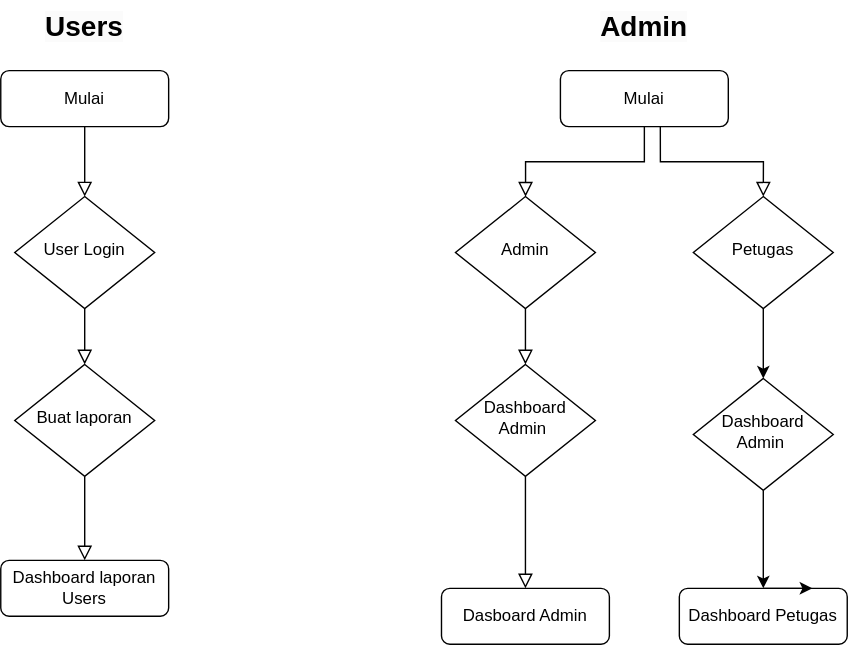
Above: Pengaduan Masyarakat.drawio.svg in fajarys/pengaduan_masyarakat (draw.io), before the change. Source tidied: cells renumbered, new cells last; positions are measured from the earlier drawing's top-left corner, leaving out a move shared by most shapes.
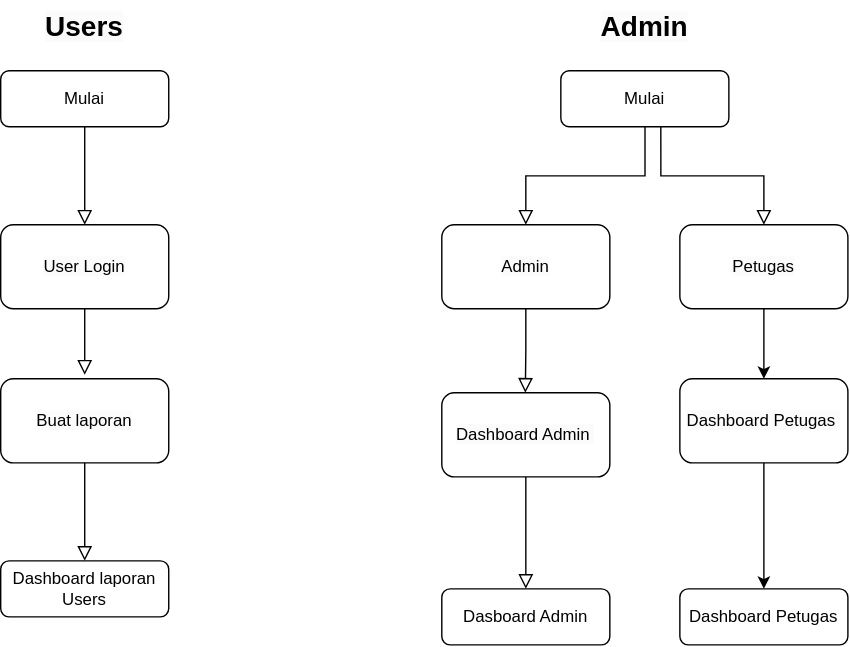
After the change.

What changed in the source:
```diff
@@ -2,76 +2,80 @@
   <root>
     <mxCell id="0" />
     <mxCell id="1" parent="0" />
-    <mxCell id="2" style="rounded=0;html=1;jettySize=auto;fontSize=11;endArrow=block;endFill=0;endSize=8;strokeWidth=1;shadow=0;labelBackgroundColor=none;edgeStyle=orthogonalEdgeStyle;" parent="1" edge="1" source="3" target="5">
-      <mxGeometry relative="1" as="geometry" />
-    </mxCell>
     <mxCell id="3" value="Mulai" style="rounded=1;whiteSpace=wrap;html=1;fontSize=12;glass=0;strokeWidth=1;shadow=0;" parent="1" vertex="1">
       <mxGeometry y="50" width="120" height="40" as="geometry" />
     </mxCell>
-    <mxCell id="4" style="rounded=0;html=1;jettySize=auto;fontSize=11;endArrow=block;endFill=0;endSize=8;strokeWidth=1;shadow=0;labelBackgroundColor=none;edgeStyle=orthogonalEdgeStyle;" parent="1" edge="1" source="5" target="7">
-      <mxGeometry y="20" relative="1" as="geometry" />
+    <mxCell id="4" style="rounded=0;html=1;jettySize=auto;fontSize=11;endArrow=block;endFill=0;endSize=8;strokeWidth=1;shadow=0;labelBackgroundColor=none;edgeStyle=orthogonalEdgeStyle;entryX=0.5;entryY=-0.048;entryDx=0;entryDy=0;entryPerimeter=0;" parent="1" edge="1" target="7">
+      <mxGeometry y="20" relative="1" as="geometry">
+        <mxPoint x="60" y="220" as="sourcePoint" />
+      </mxGeometry>
     </mxCell>
-    <mxCell id="5" value="User Login" style="rhombus;whiteSpace=wrap;html=1;shadow=0;fontFamily=Helvetica;fontSize=12;align=center;strokeWidth=1;spacing=6;spacingTop=-4;" parent="1" vertex="1">
-      <mxGeometry x="10" y="140" width="100" height="80" as="geometry" />
-    </mxCell>
-    <mxCell id="6" style="edgeStyle=orthogonalEdgeStyle;rounded=0;html=1;jettySize=auto;fontSize=11;endArrow=block;endFill=0;endSize=8;strokeWidth=1;shadow=0;labelBackgroundColor=none;" parent="1" edge="1" source="7" target="8">
+    <mxCell id="6" style="edgeStyle=orthogonalEdgeStyle;rounded=0;html=1;jettySize=auto;fontSize=11;endArrow=block;endFill=0;endSize=8;strokeWidth=1;shadow=0;labelBackgroundColor=none;exitX=0.5;exitY=1;exitDx=0;exitDy=0;" parent="1" edge="1" source="7" target="8">
       <mxGeometry y="10" relative="1" as="geometry" />
     </mxCell>
-    <mxCell id="7" value="Buat laporan" style="rhombus;whiteSpace=wrap;html=1;shadow=0;fontFamily=Helvetica;fontSize=12;align=center;strokeWidth=1;spacing=6;spacingTop=-4;verticalAlign=middle;" parent="1" vertex="1">
-      <mxGeometry x="10" y="260" width="100" height="80" as="geometry" />
-    </mxCell>
     <mxCell id="8" value="Dashboard laporan Users" style="rounded=1;whiteSpace=wrap;html=1;fontSize=12;glass=0;strokeWidth=1;shadow=0;" parent="1" vertex="1">
       <mxGeometry y="400" width="120" height="40" as="geometry" />
     </mxCell>
     <mxCell id="9" value="&lt;span style=&quot;color: rgb(0, 0, 0); font-family: Helvetica; font-size: 20px; font-style: normal; font-variant-ligatures: normal; font-variant-caps: normal; letter-spacing: normal; orphans: 2; text-indent: 0px; text-transform: none; widows: 2; word-spacing: 0px; -webkit-text-stroke-width: 0px; background-color: rgb(251, 251, 251); text-decoration-thickness: initial; text-decoration-style: initial; text-decoration-color: initial; float: none; display: inline !important;&quot;&gt;Users&lt;/span&gt;" style="text;whiteSpace=wrap;html=1;fontSize=20;align=center;fontStyle=1;" parent="1" vertex="1">
       <mxGeometry x="25" width="70" height="30" as="geometry" />
     </mxCell>
-    <mxCell id="10" style="rounded=0;html=1;jettySize=auto;fontSize=11;endArrow=block;endFill=0;endSize=8;strokeWidth=1;shadow=0;labelBackgroundColor=none;edgeStyle=orthogonalEdgeStyle;" parent="1" edge="1" source="11" target="13">
+    <mxCell id="10" style="rounded=0;html=1;jettySize=auto;fontSize=11;endArrow=block;endFill=0;endSize=8;strokeWidth=1;shadow=0;labelBackgroundColor=none;edgeStyle=orthogonalEdgeStyle;entryX=0.5;entryY=0;entryDx=0;entryDy=0;" parent="1" edge="1" source="11" target="13">
       <mxGeometry relative="1" as="geometry" />
     </mxCell>
     <mxCell id="11" value="Mulai" style="rounded=1;whiteSpace=wrap;html=1;fontSize=12;glass=0;strokeWidth=1;shadow=0;" parent="1" vertex="1">
       <mxGeometry x="400" y="50" width="120" height="40" as="geometry" />
     </mxCell>
-    <mxCell id="12" style="rounded=0;html=1;jettySize=auto;fontSize=11;endArrow=block;endFill=0;endSize=8;strokeWidth=1;shadow=0;labelBackgroundColor=none;edgeStyle=orthogonalEdgeStyle;" parent="1" edge="1" source="13" target="14">
-      <mxGeometry y="20" relative="1" as="geometry" />
+    <mxCell id="12" style="rounded=0;html=1;jettySize=auto;fontSize=11;endArrow=block;endFill=0;endSize=8;strokeWidth=1;shadow=0;labelBackgroundColor=none;edgeStyle=orthogonalEdgeStyle;exitX=0.5;exitY=1;exitDx=0;exitDy=0;" parent="1" edge="1" source="13">
+      <mxGeometry y="20" relative="1" as="geometry">
+        <mxPoint x="374.7" y="280" as="targetPoint" />
+      </mxGeometry>
     </mxCell>
-    <mxCell id="13" value="Admin" style="rhombus;whiteSpace=wrap;html=1;shadow=0;fontFamily=Helvetica;fontSize=12;align=center;strokeWidth=1;spacing=6;spacingTop=-4;" parent="1" vertex="1">
-      <mxGeometry x="325" y="140" width="100" height="80" as="geometry" />
-    </mxCell>
-    <mxCell id="14" value="Dashboard Admin&amp;nbsp;" style="rhombus;whiteSpace=wrap;html=1;shadow=0;fontFamily=Helvetica;fontSize=12;align=center;strokeWidth=1;spacing=6;spacingTop=-4;verticalAlign=middle;" parent="1" vertex="1">
-      <mxGeometry x="325" y="260" width="100" height="80" as="geometry" />
-    </mxCell>
     <mxCell id="15" value="&lt;span style=&quot;color: rgb(0, 0, 0); font-family: Helvetica; font-size: 20px; font-style: normal; font-variant-ligatures: normal; font-variant-caps: normal; letter-spacing: normal; orphans: 2; text-indent: 0px; text-transform: none; widows: 2; word-spacing: 0px; -webkit-text-stroke-width: 0px; background-color: rgb(251, 251, 251); text-decoration-thickness: initial; text-decoration-style: initial; text-decoration-color: initial; float: none; display: inline !important;&quot;&gt;Admin&lt;/span&gt;" style="text;whiteSpace=wrap;html=1;fontSize=20;align=center;fontStyle=1;" parent="1" vertex="1">
       <mxGeometry x="425" width="70" height="30" as="geometry" />
     </mxCell>
     <mxCell id="16" value="Dasboard Admin" style="rounded=1;whiteSpace=wrap;html=1;fontSize=12;glass=0;strokeWidth=1;shadow=0;" parent="1" vertex="1">
       <mxGeometry x="315" y="420" width="120" height="40" as="geometry" />
     </mxCell>
-    <mxCell id="17" style="edgeStyle=orthogonalEdgeStyle;rounded=0;html=1;jettySize=auto;fontSize=11;endArrow=block;endFill=0;endSize=8;strokeWidth=1;shadow=0;labelBackgroundColor=none;exitX=0.5;exitY=1;exitDx=0;exitDy=0;entryX=0.5;entryY=0;entryDx=0;entryDy=0;" parent="1" edge="1" source="14" target="16">
-      <mxGeometry y="10" relative="1" as="geometry" />
+    <mxCell id="17" style="edgeStyle=orthogonalEdgeStyle;rounded=0;html=1;jettySize=auto;fontSize=11;endArrow=block;endFill=0;endSize=8;strokeWidth=1;shadow=0;labelBackgroundColor=none;exitX=0.5;exitY=1;exitDx=0;exitDy=0;entryX=0.5;entryY=0;entryDx=0;entryDy=0;" parent="1" edge="1" target="16">
+      <mxGeometry y="10" relative="1" as="geometry">
+        <mxPoint x="375" y="340" as="sourcePoint" />
+      </mxGeometry>
     </mxCell>
     <mxCell id="18" value="Dashboard Petugas" style="rounded=1;whiteSpace=wrap;html=1;fontSize=12;glass=0;strokeWidth=1;shadow=0;" parent="1" vertex="1">
       <mxGeometry x="485" y="420" width="120" height="40" as="geometry" />
     </mxCell>
-    <mxCell id="19" style="edgeStyle=orthogonalEdgeStyle;rounded=0;jettySize=auto;html=1;" parent="1" edge="1" source="20" target="22">
-      <mxGeometry relative="1" as="geometry" />
+    <mxCell id="19" style="edgeStyle=orthogonalEdgeStyle;rounded=0;orthogonalLoop=1;jettySize=auto;html=1;" parent="1" edge="1">
+      <mxGeometry relative="1" as="geometry">
+        <mxPoint x="545" y="220" as="sourcePoint" />
+        <mxPoint x="545" y="270" as="targetPoint" />
+      </mxGeometry>
     </mxCell>
+    <mxCell id="21" style="rounded=0;html=1;jettySize=auto;fontSize=11;endArrow=block;endFill=0;endSize=8;strokeWidth=1;shadow=0;labelBackgroundColor=none;edgeStyle=orthogonalEdgeStyle;entryX=0.5;entryY=0;entryDx=0;entryDy=0;exitX=0.595;exitY=0.989;exitDx=0;exitDy=0;exitPerimeter=0;" parent="1" edge="1" source="11" target="20">
+      <mxGeometry relative="1" as="geometry" />
+    </mxCell>
+    <mxCell id="24" style="edgeStyle=orthogonalEdgeStyle;rounded=0;jettySize=auto;html=1;entryX=0.5;entryY=0;entryDx=0;entryDy=0;exitX=0.5;exitY=1;exitDx=0;exitDy=0;" parent="1" edge="1" source="25" target="18">
+      <mxGeometry relative="1" as="geometry" />
+    </mxCell>
+    <mxCell id="25" value="&lt;span style=&quot;color: rgb(0, 0, 0); font-family: Helvetica; font-size: 12px; font-style: normal; font-variant-ligatures: normal; font-variant-caps: normal; font-weight: 400; letter-spacing: normal; orphans: 2; text-align: center; text-indent: 0px; text-transform: none; widows: 2; word-spacing: 0px; -webkit-text-stroke-width: 0px; background-color: rgb(251, 251, 251); text-decoration-thickness: initial; text-decoration-style: initial; text-decoration-color: initial; float: none; display: inline !important;&quot;&gt;Dashboard Petugas&amp;nbsp;&lt;/span&gt;" style="rounded=1;whiteSpace=wrap;html=1;shadow=0;strokeColor=default;strokeWidth=1;fontFamily=Helvetica;fontSize=12;fontColor=default;fillColor=default;" parent="1" vertex="1">
+      <mxGeometry x="485" y="270" width="120" height="60" as="geometry" />
+    </mxCell>
-    <mxCell id="20" value="Petugas" style="rhombus;whiteSpace=wrap;html=1;shadow=0;fontFamily=Helvetica;fontSize=12;align=center;strokeWidth=1;spacing=6;spacingTop=-4;" parent="1" vertex="1">
-      <mxGeometry x="495" y="140" width="100" height="80" as="geometry" />
+    <mxCell id="20" value="&lt;span style=&quot;color: rgb(0, 0, 0); font-family: Helvetica; font-size: 12px; font-style: normal; font-variant-ligatures: normal; font-variant-caps: normal; font-weight: 400; letter-spacing: normal; orphans: 2; text-align: center; text-indent: 0px; text-transform: none; widows: 2; word-spacing: 0px; -webkit-text-stroke-width: 0px; background-color: rgb(251, 251, 251); text-decoration-thickness: initial; text-decoration-style: initial; text-decoration-color: initial; float: none; display: inline !important;&quot;&gt;Petugas&lt;/span&gt;" style="rounded=1;whiteSpace=wrap;html=1;shadow=0;strokeColor=default;strokeWidth=1;fontFamily=Helvetica;fontSize=12;fontColor=default;fillColor=default;" parent="1" vertex="1">
+      <mxGeometry x="485" y="160" width="120" height="60" as="geometry" />
     </mxCell>
-    <mxCell id="21" style="rounded=0;html=1;jettySize=auto;fontSize=11;endArrow=block;endFill=0;endSize=8;strokeWidth=1;shadow=0;labelBackgroundColor=none;edgeStyle=orthogonalEdgeStyle;entryX=0.5;entryY=0;entryDx=0;entryDy=0;exitX=0.595;exitY=0.989;exitDx=0;exitDy=0;exitPerimeter=0;" parent="1" edge="1" source="11" target="20">
-      <mxGeometry relative="1" as="geometry" />
-    </mxCell>
-    <mxCell id="22" value="Dashboard Admin&amp;nbsp;" style="rhombus;whiteSpace=wrap;html=1;shadow=0;fontFamily=Helvetica;fontSize=12;align=center;strokeWidth=1;spacing=6;spacingTop=-4;verticalAlign=middle;" parent="1" vertex="1">
-      <mxGeometry x="495" y="270" width="100" height="80" as="geometry" />
-    </mxCell>
-    <mxCell id="23" style="edgeStyle=orthogonalEdgeStyle;rounded=0;jettySize=auto;html=1;exitX=0.5;exitY=0;exitDx=0;exitDy=0;" parent="1" edge="1" source="18">
-      <mxGeometry relative="1" as="geometry">
-        <mxPoint x="580" y="420" as="targetPoint" />
-      </mxGeometry>
-    </mxCell>
-    <mxCell id="24" style="edgeStyle=orthogonalEdgeStyle;rounded=0;jettySize=auto;html=1;entryX=0.5;entryY=0;entryDx=0;entryDy=0;exitX=0.5;exitY=1;exitDx=0;exitDy=0;" parent="1" edge="1" source="22" target="18">
-      <mxGeometry relative="1" as="geometry" />
-    </mxCell>
+    <mxCell id="26" value="&lt;span style=&quot;color: rgb(0, 0, 0); font-family: Helvetica; font-size: 12px; font-style: normal; font-variant-ligatures: normal; font-variant-caps: normal; font-weight: 400; letter-spacing: normal; orphans: 2; text-align: center; text-indent: 0px; text-transform: none; widows: 2; word-spacing: 0px; -webkit-text-stroke-width: 0px; background-color: rgb(251, 251, 251); text-decoration-thickness: initial; text-decoration-style: initial; text-decoration-color: initial; float: none; display: inline !important;&quot;&gt;Dashboard Admin&amp;nbsp;&lt;/span&gt;" style="rounded=1;whiteSpace=wrap;html=1;shadow=0;strokeColor=default;strokeWidth=1;fontFamily=Helvetica;fontSize=12;fontColor=default;fillColor=default;" parent="1" vertex="1">
+      <mxGeometry x="315" y="280" width="120" height="60" as="geometry" />
+    </mxCell>
+    <mxCell id="13" value="&lt;span style=&quot;color: rgb(0, 0, 0); font-family: Helvetica; font-size: 12px; font-style: normal; font-variant-ligatures: normal; font-variant-caps: normal; font-weight: 400; letter-spacing: normal; orphans: 2; text-align: center; text-indent: 0px; text-transform: none; widows: 2; word-spacing: 0px; -webkit-text-stroke-width: 0px; background-color: rgb(251, 251, 251); text-decoration-thickness: initial; text-decoration-style: initial; text-decoration-color: initial; float: none; display: inline !important;&quot;&gt;Admin&lt;/span&gt;" style="rounded=1;whiteSpace=wrap;html=1;shadow=0;strokeColor=default;strokeWidth=1;fontFamily=Helvetica;fontSize=12;fontColor=default;fillColor=default;" parent="1" vertex="1">
+      <mxGeometry x="315" y="160" width="120" height="60" as="geometry" />
+    </mxCell>
+    <mxCell id="7" value="&lt;span style=&quot;color: rgb(0, 0, 0); font-family: Helvetica; font-size: 12px; font-style: normal; font-variant-ligatures: normal; font-variant-caps: normal; font-weight: 400; letter-spacing: normal; orphans: 2; text-align: center; text-indent: 0px; text-transform: none; widows: 2; word-spacing: 0px; -webkit-text-stroke-width: 0px; background-color: rgb(251, 251, 251); text-decoration-thickness: initial; text-decoration-style: initial; text-decoration-color: initial; float: none; display: inline !important;&quot;&gt;Buat laporan&lt;/span&gt;" style="rounded=1;whiteSpace=wrap;html=1;shadow=0;strokeColor=default;strokeWidth=1;fontFamily=Helvetica;fontSize=12;fontColor=default;fillColor=default;" parent="1" vertex="1">
+      <mxGeometry y="270" width="120" height="60" as="geometry" />
+    </mxCell>
+    <mxCell id="5" value="&lt;span style=&quot;color: rgb(0, 0, 0); font-family: Helvetica; font-size: 12px; font-style: normal; font-variant-ligatures: normal; font-variant-caps: normal; font-weight: 400; letter-spacing: normal; orphans: 2; text-align: center; text-indent: 0px; text-transform: none; widows: 2; word-spacing: 0px; -webkit-text-stroke-width: 0px; background-color: rgb(251, 251, 251); text-decoration-thickness: initial; text-decoration-style: initial; text-decoration-color: initial; float: none; display: inline !important;&quot;&gt;User Login&lt;/span&gt;" style="rounded=1;whiteSpace=wrap;html=1;shadow=0;strokeColor=default;strokeWidth=1;fontFamily=Helvetica;fontSize=12;fontColor=default;fillColor=default;" parent="1" vertex="1">
+      <mxGeometry y="160" width="120" height="60" as="geometry" />
+    </mxCell>
+    <mxCell id="2" style="rounded=0;html=1;jettySize=auto;fontSize=11;endArrow=block;endFill=0;endSize=8;strokeWidth=1;shadow=0;labelBackgroundColor=none;edgeStyle=orthogonalEdgeStyle;entryX=0.5;entryY=0;entryDx=0;entryDy=0;" parent="1" edge="1" source="3" target="5">
+      <mxGeometry relative="1" as="geometry" />
+    </mxCell>
   </root>
 </mxGraphModel>
```
